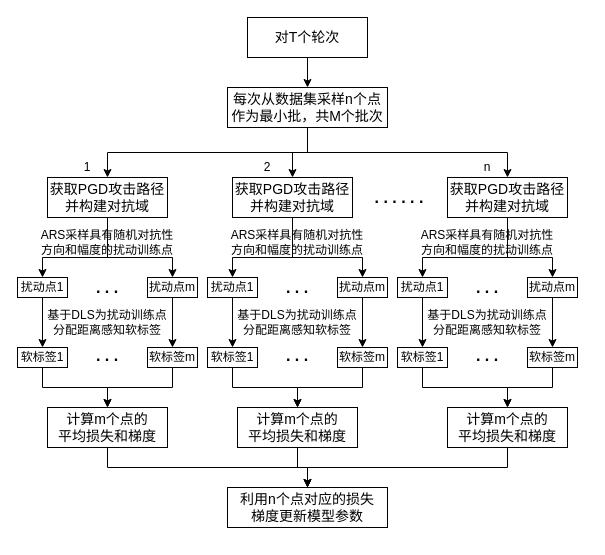
Before: RAT.drawio in Zhou-AY/hello-world, a draw.io diagram. Source tidied: cells renumbered, new cells numbered last; positions are measured from the earlier drawing's top-left corner, leaving out a move shared by most shapes. Both pictures are drawn from the tidied source at 100%, with x=0, y=0 at pixel (17, 17).
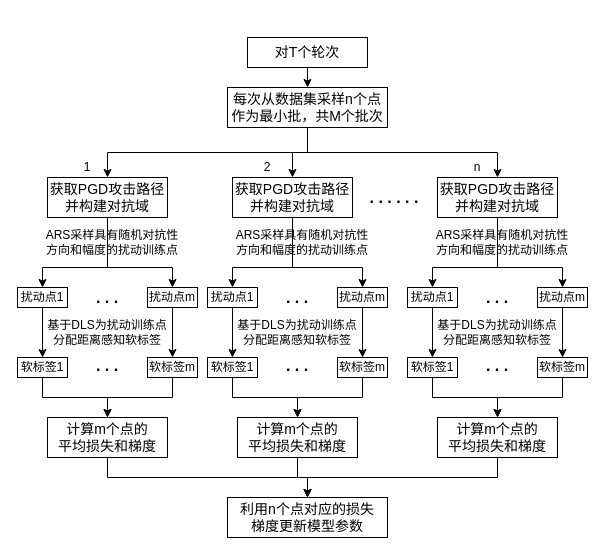
The same diagram, later.

Unchanged cells that the change refers to:
```xml
<mxCell id="10" value="&lt;font style=&quot;font-size: 14px;&quot;&gt;获取PGD攻击路径&lt;br&gt;并构建对抗域&lt;br&gt;&lt;/font&gt;" style="rounded=0;whiteSpace=wrap;html=1;" parent="1" vertex="1">
  <mxGeometry x="30" y="160" width="120" height="40" as="geometry" />
</mxCell>
<mxCell id="13" value="&lt;font style=&quot;font-size: 14px;&quot;&gt;获取PGD攻击路径&lt;br&gt;并构建对抗域&lt;br&gt;&lt;/font&gt;" style="rounded=0;whiteSpace=wrap;html=1;" parent="1" vertex="1">
  <mxGeometry x="215" y="160" width="120" height="40" as="geometry" />
</mxCell>
```

Diff of the diagram source:
```diff
@@
     <mxCell id="3" value="&lt;font style=&quot;font-size: 14px;&quot;&gt;对T个轮次&lt;/font&gt;" style="rounded=0;whiteSpace=wrap;html=1;" parent="1" vertex="1">
-      <mxGeometry x="230" width="120" height="40" as="geometry" />
+      <mxGeometry x="230" y="20" width="120" height="30" as="geometry" />
     </mxCell>
@@
     <mxCell id="8" style="edgeStyle=orthogonalEdgeStyle;rounded=0;jettySize=auto;html=1;exitX=0.5;exitY=1;exitDx=0;exitDy=0;entryX=0.5;entryY=0;entryDx=0;entryDy=0;" parent="1" edge="1" source="10" target="20">
       <mxGeometry relative="1" as="geometry">
         <Array as="points">
-          <mxPoint x="90" y="240" />
-          <mxPoint x="25" y="240" />
+          <mxPoint x="90" y="250" />
+          <mxPoint x="25" y="250" />
         </Array>
       </mxGeometry>
     </mxCell>
     <mxCell id="9" style="edgeStyle=orthogonalEdgeStyle;rounded=0;jettySize=auto;html=1;exitX=0.5;exitY=1;exitDx=0;exitDy=0;entryX=0.5;entryY=0;entryDx=0;entryDy=0;" parent="1" edge="1" source="10" target="22">
       <mxGeometry relative="1" as="geometry">
         <Array as="points">
-          <mxPoint x="90" y="240" />
-          <mxPoint x="155" y="240" />
+          <mxPoint x="90" y="250" />
+          <mxPoint x="155" y="250" />
         </Array>
       </mxGeometry>
     </mxCell>
@@
     <mxCell id="11" style="edgeStyle=orthogonalEdgeStyle;rounded=0;jettySize=auto;html=1;exitX=0.5;exitY=1;exitDx=0;exitDy=0;entryX=0.5;entryY=0;entryDx=0;entryDy=0;" parent="1" edge="1" source="13" target="35">
       <mxGeometry relative="1" as="geometry">
         <Array as="points">
-          <mxPoint x="275" y="240" />
-          <mxPoint x="215" y="240" />
+          <mxPoint x="275" y="250" />
+          <mxPoint x="215" y="250" />
         </Array>
       </mxGeometry>
     </mxCell>
     <mxCell id="12" style="edgeStyle=orthogonalEdgeStyle;rounded=0;jettySize=auto;html=1;exitX=0.5;exitY=1;exitDx=0;exitDy=0;" parent="1" edge="1" source="13" target="37">
       <mxGeometry relative="1" as="geometry">
         <Array as="points">
-          <mxPoint x="275" y="240" />
-          <mxPoint x="345" y="240" />
+          <mxPoint x="275" y="250" />
+          <mxPoint x="345" y="250" />
         </Array>
       </mxGeometry>
     </mxCell>
@@
+    <mxCell id="64" style="edgeStyle=orthogonalEdgeStyle;rounded=0;jettySize=auto;html=1;exitX=0.5;exitY=1;exitDx=0;exitDy=0;" parent="1" edge="1" source="14" target="51">
+      <mxGeometry relative="1" as="geometry">
+        <Array as="points">
+          <mxPoint x="480" y="250" />
+          <mxPoint x="415" y="250" />
+        </Array>
+      </mxGeometry>
+    </mxCell>
+    <mxCell id="65" style="edgeStyle=orthogonalEdgeStyle;rounded=0;jettySize=auto;html=1;exitX=0.5;exitY=1;exitDx=0;exitDy=0;" parent="1" edge="1" source="14" target="53">
+      <mxGeometry relative="1" as="geometry">
+        <Array as="points">
+          <mxPoint x="480" y="250" />
+          <mxPoint x="545" y="250" />
+        </Array>
+      </mxGeometry>
+    </mxCell>
     <mxCell id="14" value="&lt;font style=&quot;font-size: 14px;&quot;&gt;获取PGD攻击路径&lt;br&gt;并构建对抗域&lt;br&gt;&lt;/font&gt;" style="rounded=0;whiteSpace=wrap;html=1;" parent="1" vertex="1">
-      <mxGeometry x="430" y="160" width="120" height="40" as="geometry" />
+      <mxGeometry x="420" y="160" width="120" height="40" as="geometry" />
     </mxCell>
@@
     <mxCell id="17" value="n" style="text;html=1;strokeColor=none;fillColor=none;align=center;verticalAlign=middle;whiteSpace=wrap;rounded=0;" parent="1" vertex="1">
-      <mxGeometry x="460" y="140" width="20" height="20" as="geometry" />
+      <mxGeometry x="450" y="140" width="20" height="20" as="geometry" />
     </mxCell>
     <mxCell id="18" value="&lt;font size=&quot;1&quot; style=&quot;&quot;&gt;&lt;b style=&quot;font-size: 16px;&quot;&gt;. . . . . .&lt;/b&gt;&lt;/font&gt;" style="text;html=1;strokeColor=none;fillColor=none;align=center;verticalAlign=middle;whiteSpace=wrap;rounded=0;" parent="1" vertex="1">
-      <mxGeometry x="347" y="172.5" width="70" height="15" as="geometry" />
+      <mxGeometry x="342" y="172.5" width="70" height="15" as="geometry" />
     </mxCell>
@@
     <mxCell id="20" value="&lt;font style=&quot;font-size: 12px;&quot;&gt;扰动点1&lt;/font&gt;" style="rounded=0;whiteSpace=wrap;html=1;" parent="1" vertex="1">
-      <mxGeometry y="260" width="50" height="20" as="geometry" />
+      <mxGeometry y="270" width="50" height="20" as="geometry" />
     </mxCell>
@@
     <mxCell id="22" value="&lt;font style=&quot;font-size: 12px;&quot;&gt;扰动点m&lt;/font&gt;" style="rounded=0;whiteSpace=wrap;html=1;" parent="1" vertex="1">
-      <mxGeometry x="130" y="260" width="50" height="20" as="geometry" />
+      <mxGeometry x="130" y="270" width="50" height="20" as="geometry" />
     </mxCell>
     <mxCell id="23" value="ARS采样具有随机对抗性方向和幅度的扰动训练点" style="text;html=1;strokeColor=none;fillColor=none;align=center;verticalAlign=middle;whiteSpace=wrap;rounded=0;" parent="1" vertex="1">
-      <mxGeometry x="20" y="210" width="140" height="30" as="geometry" />
+      <mxGeometry x="25" y="210" width="140" height="30" as="geometry" />
     </mxCell>
     <mxCell id="24" value="&lt;font size=&quot;1&quot; style=&quot;&quot;&gt;&lt;b style=&quot;font-size: 16px;&quot;&gt;. . .&lt;/b&gt;&lt;/font&gt;" style="text;html=1;strokeColor=none;fillColor=none;align=center;verticalAlign=middle;whiteSpace=wrap;rounded=0;" parent="1" vertex="1">
-      <mxGeometry x="70" y="262.5" width="40" height="15" as="geometry" />
+      <mxGeometry x="70" y="272.5" width="40" height="15" as="geometry" />
     </mxCell>
@@
     <mxCell id="26" value="&lt;font style=&quot;font-size: 12px;&quot;&gt;软标签1&lt;/font&gt;" style="rounded=0;whiteSpace=wrap;html=1;" parent="1" vertex="1">
-      <mxGeometry y="330" width="50" height="20" as="geometry" />
+      <mxGeometry y="340" width="50" height="20" as="geometry" />
     </mxCell>
@@
     <mxCell id="28" value="&lt;font style=&quot;font-size: 12px;&quot;&gt;软标签m&lt;br&gt;&lt;/font&gt;" style="rounded=0;whiteSpace=wrap;html=1;" parent="1" vertex="1">
-      <mxGeometry x="130" y="330" width="50" height="20" as="geometry" />
+      <mxGeometry x="130" y="340" width="50" height="20" as="geometry" />
     </mxCell>
     <mxCell id="29" value="&lt;font size=&quot;1&quot; style=&quot;&quot;&gt;&lt;b style=&quot;font-size: 16px;&quot;&gt;. . .&lt;/b&gt;&lt;/font&gt;" style="text;html=1;strokeColor=none;fillColor=none;align=center;verticalAlign=middle;whiteSpace=wrap;rounded=0;" parent="1" vertex="1">
-      <mxGeometry x="70" y="330" width="40" height="15" as="geometry" />
+      <mxGeometry x="70" y="340" width="40" height="15" as="geometry" />
     </mxCell>
     <mxCell id="30" value="基于DLS为扰动训练点分配距离感知软标签" style="text;html=1;strokeColor=none;fillColor=none;align=center;verticalAlign=middle;whiteSpace=wrap;rounded=0;" parent="1" vertex="1">
-      <mxGeometry x="25" y="290" width="130" height="30" as="geometry" />
+      <mxGeometry x="25" y="300" width="130" height="30" as="geometry" />
     </mxCell>
@@
     <mxCell id="32" value="&lt;font style=&quot;font-size: 14px;&quot;&gt;计算m个点的&lt;br&gt;平均损失和梯度&lt;br&gt;&lt;/font&gt;" style="rounded=0;whiteSpace=wrap;html=1;" parent="1" vertex="1">
-      <mxGeometry x="30" y="390" width="120" height="40" as="geometry" />
+      <mxGeometry x="30" y="400" width="120" height="40" as="geometry" />
     </mxCell>
     <mxCell id="33" value="&lt;font style=&quot;font-size: 14px;&quot;&gt;利用n个点对应的损失&lt;br&gt;梯度更新模型参数&lt;br&gt;&lt;/font&gt;" style="rounded=0;whiteSpace=wrap;html=1;" parent="1" vertex="1">
-      <mxGeometry x="210" y="470" width="160" height="40" as="geometry" />
+      <mxGeometry x="210" y="480" width="160" height="40" as="geometry" />
     </mxCell>
@@
     <mxCell id="35" value="&lt;font style=&quot;font-size: 12px;&quot;&gt;扰动点1&lt;/font&gt;" style="rounded=0;whiteSpace=wrap;html=1;" parent="1" vertex="1">
-      <mxGeometry x="190" y="260" width="50" height="20" as="geometry" />
+      <mxGeometry x="190" y="270" width="50" height="20" as="geometry" />
     </mxCell>
@@
     <mxCell id="37" value="&lt;font style=&quot;font-size: 12px;&quot;&gt;扰动点m&lt;/font&gt;" style="rounded=0;whiteSpace=wrap;html=1;" parent="1" vertex="1">
-      <mxGeometry x="320" y="260" width="50" height="20" as="geometry" />
+      <mxGeometry x="320" y="270" width="50" height="20" as="geometry" />
     </mxCell>
     <mxCell id="38" value="ARS采样具有随机对抗性方向和幅度的扰动训练点" style="text;html=1;strokeColor=none;fillColor=none;align=center;verticalAlign=middle;whiteSpace=wrap;rounded=0;" parent="1" vertex="1">
-      <mxGeometry x="210" y="210" width="140" height="30" as="geometry" />
+      <mxGeometry x="215" y="210" width="140" height="30" as="geometry" />
     </mxCell>
     <mxCell id="39" value="&lt;font size=&quot;1&quot; style=&quot;&quot;&gt;&lt;b style=&quot;font-size: 16px;&quot;&gt;. . .&lt;/b&gt;&lt;/font&gt;" style="text;html=1;strokeColor=none;fillColor=none;align=center;verticalAlign=middle;whiteSpace=wrap;rounded=0;" parent="1" vertex="1">
-      <mxGeometry x="260" y="262.5" width="40" height="15" as="geometry" />
+      <mxGeometry x="260" y="272.5" width="40" height="15" as="geometry" />
     </mxCell>
@@
     <mxCell id="41" value="&lt;font style=&quot;font-size: 12px;&quot;&gt;软标签1&lt;/font&gt;" style="rounded=0;whiteSpace=wrap;html=1;" parent="1" vertex="1">
-      <mxGeometry x="190" y="330" width="50" height="20" as="geometry" />
+      <mxGeometry x="190" y="340" width="50" height="20" as="geometry" />
     </mxCell>
@@
     <mxCell id="43" value="&lt;font style=&quot;font-size: 12px;&quot;&gt;软标签m&lt;br&gt;&lt;/font&gt;" style="rounded=0;whiteSpace=wrap;html=1;" parent="1" vertex="1">
-      <mxGeometry x="320" y="330" width="50" height="20" as="geometry" />
+      <mxGeometry x="320" y="340" width="50" height="20" as="geometry" />
     </mxCell>
     <mxCell id="44" value="&lt;font size=&quot;1&quot; style=&quot;&quot;&gt;&lt;b style=&quot;font-size: 16px;&quot;&gt;. . .&lt;/b&gt;&lt;/font&gt;" style="text;html=1;strokeColor=none;fillColor=none;align=center;verticalAlign=middle;whiteSpace=wrap;rounded=0;" parent="1" vertex="1">
-      <mxGeometry x="260" y="330" width="40" height="15" as="geometry" />
+      <mxGeometry x="260" y="340" width="40" height="15" as="geometry" />
     </mxCell>
     <mxCell id="45" value="基于DLS为扰动训练点分配距离感知软标签" style="text;html=1;strokeColor=none;fillColor=none;align=center;verticalAlign=middle;whiteSpace=wrap;rounded=0;" parent="1" vertex="1">
-      <mxGeometry x="215" y="290" width="130" height="30" as="geometry" />
+      <mxGeometry x="215" y="300" width="130" height="30" as="geometry" />
     </mxCell>
@@
     <mxCell id="47" value="&lt;font style=&quot;font-size: 14px;&quot;&gt;计算m个点的&lt;br&gt;平均损失和梯度&lt;br&gt;&lt;/font&gt;" style="rounded=0;whiteSpace=wrap;html=1;" parent="1" vertex="1">
-      <mxGeometry x="220" y="390" width="120" height="40" as="geometry" />
+      <mxGeometry x="220" y="400" width="120" height="40" as="geometry" />
     </mxCell>
-    <mxCell id="48" style="edgeStyle=orthogonalEdgeStyle;rounded=0;jettySize=auto;html=1;exitX=0.5;exitY=1;exitDx=0;exitDy=0;entryX=0.5;entryY=0;entryDx=0;entryDy=0;" parent="1" edge="1" target="51">
-      <mxGeometry relative="1" as="geometry">
-        <mxPoint x="490" y="200" as="sourcePoint" />
-        <Array as="points">
-          <mxPoint x="490" y="240" />
-          <mxPoint x="405" y="240" />
-        </Array>
-      </mxGeometry>
-    </mxCell>
-    <mxCell id="49" style="edgeStyle=orthogonalEdgeStyle;rounded=0;jettySize=auto;html=1;exitX=0.5;exitY=1;exitDx=0;exitDy=0;" parent="1" edge="1" target="53">
-      <mxGeometry relative="1" as="geometry">
-        <mxPoint x="490" y="200" as="sourcePoint" />
-        <Array as="points">
-          <mxPoint x="490" y="240" />
-          <mxPoint x="535" y="240" />
-        </Array>
-      </mxGeometry>
-    </mxCell>
@@
     <mxCell id="51" value="&lt;font style=&quot;font-size: 12px;&quot;&gt;扰动点1&lt;/font&gt;" style="rounded=0;whiteSpace=wrap;html=1;" parent="1" vertex="1">
-      <mxGeometry x="380" y="260" width="50" height="20" as="geometry" />
+      <mxGeometry x="390" y="270" width="50" height="20" as="geometry" />
     </mxCell>
@@
     <mxCell id="53" value="&lt;font style=&quot;font-size: 12px;&quot;&gt;扰动点m&lt;/font&gt;" style="rounded=0;whiteSpace=wrap;html=1;" parent="1" vertex="1">
-      <mxGeometry x="510" y="260" width="50" height="20" as="geometry" />
+      <mxGeometry x="520" y="270" width="50" height="20" as="geometry" />
     </mxCell>
     <mxCell id="54" value="ARS采样具有随机对抗性方向和幅度的扰动训练点" style="text;html=1;strokeColor=none;fillColor=none;align=center;verticalAlign=middle;whiteSpace=wrap;rounded=0;" parent="1" vertex="1">
-      <mxGeometry x="400" y="210" width="140" height="30" as="geometry" />
+      <mxGeometry x="415" y="210" width="140" height="30" as="geometry" />
     </mxCell>
     <mxCell id="55" value="&lt;font size=&quot;1&quot; style=&quot;&quot;&gt;&lt;b style=&quot;font-size: 16px;&quot;&gt;. . .&lt;/b&gt;&lt;/font&gt;" style="text;html=1;strokeColor=none;fillColor=none;align=center;verticalAlign=middle;whiteSpace=wrap;rounded=0;" parent="1" vertex="1">
-      <mxGeometry x="450" y="262.5" width="40" height="15" as="geometry" />
+      <mxGeometry x="460" y="272.5" width="40" height="15" as="geometry" />
     </mxCell>
@@
     <mxCell id="57" value="&lt;font style=&quot;font-size: 12px;&quot;&gt;软标签1&lt;/font&gt;" style="rounded=0;whiteSpace=wrap;html=1;" parent="1" vertex="1">
-      <mxGeometry x="380" y="330" width="50" height="20" as="geometry" />
+      <mxGeometry x="390" y="340" width="50" height="20" as="geometry" />
     </mxCell>
@@
     <mxCell id="59" value="&lt;font style=&quot;font-size: 12px;&quot;&gt;软标签m&lt;br&gt;&lt;/font&gt;" style="rounded=0;whiteSpace=wrap;html=1;" parent="1" vertex="1">
-      <mxGeometry x="510" y="330" width="50" height="20" as="geometry" />
+      <mxGeometry x="520" y="340" width="50" height="20" as="geometry" />
     </mxCell>
     <mxCell id="60" value="&lt;font size=&quot;1&quot; style=&quot;&quot;&gt;&lt;b style=&quot;font-size: 16px;&quot;&gt;. . .&lt;/b&gt;&lt;/font&gt;" style="text;html=1;strokeColor=none;fillColor=none;align=center;verticalAlign=middle;whiteSpace=wrap;rounded=0;" parent="1" vertex="1">
-      <mxGeometry x="450" y="330" width="40" height="15" as="geometry" />
+      <mxGeometry x="460" y="340" width="40" height="15" as="geometry" />
     </mxCell>
     <mxCell id="61" value="基于DLS为扰动训练点分配距离感知软标签" style="text;html=1;strokeColor=none;fillColor=none;align=center;verticalAlign=middle;whiteSpace=wrap;rounded=0;" parent="1" vertex="1">
-      <mxGeometry x="405" y="290" width="130" height="30" as="geometry" />
+      <mxGeometry x="415" y="300" width="130" height="30" as="geometry" />
     </mxCell>
@@
     <mxCell id="63" value="&lt;font style=&quot;font-size: 14px;&quot;&gt;计算m个点的&lt;br&gt;平均损失和梯度&lt;br&gt;&lt;/font&gt;" style="rounded=0;whiteSpace=wrap;html=1;" parent="1" vertex="1">
-      <mxGeometry x="430" y="390" width="120" height="40" as="geometry" />
+      <mxGeometry x="420" y="400" width="120" height="40" as="geometry" />
     </mxCell>
```
